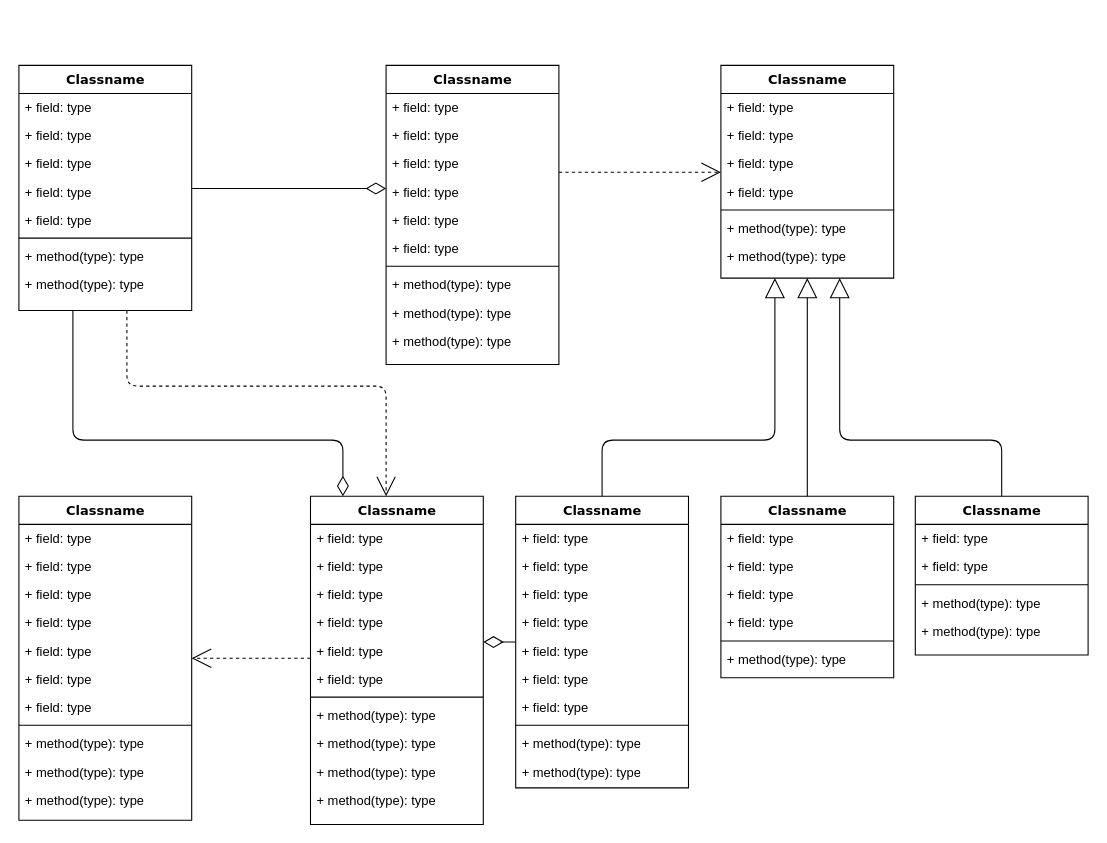
This is Untitled Diagram.drawio from th1enq/Library-Management-System-JAVA, a draw.io file, before an edit. Source tidied: cells renumbered, new cells numbered last; positions are measured from the earlier drawing's top-left corner, leaving out a move shared by most shapes. Both pictures are drawn from the tidied source at 108%, with x=0, y=0 at pixel (18, 65).
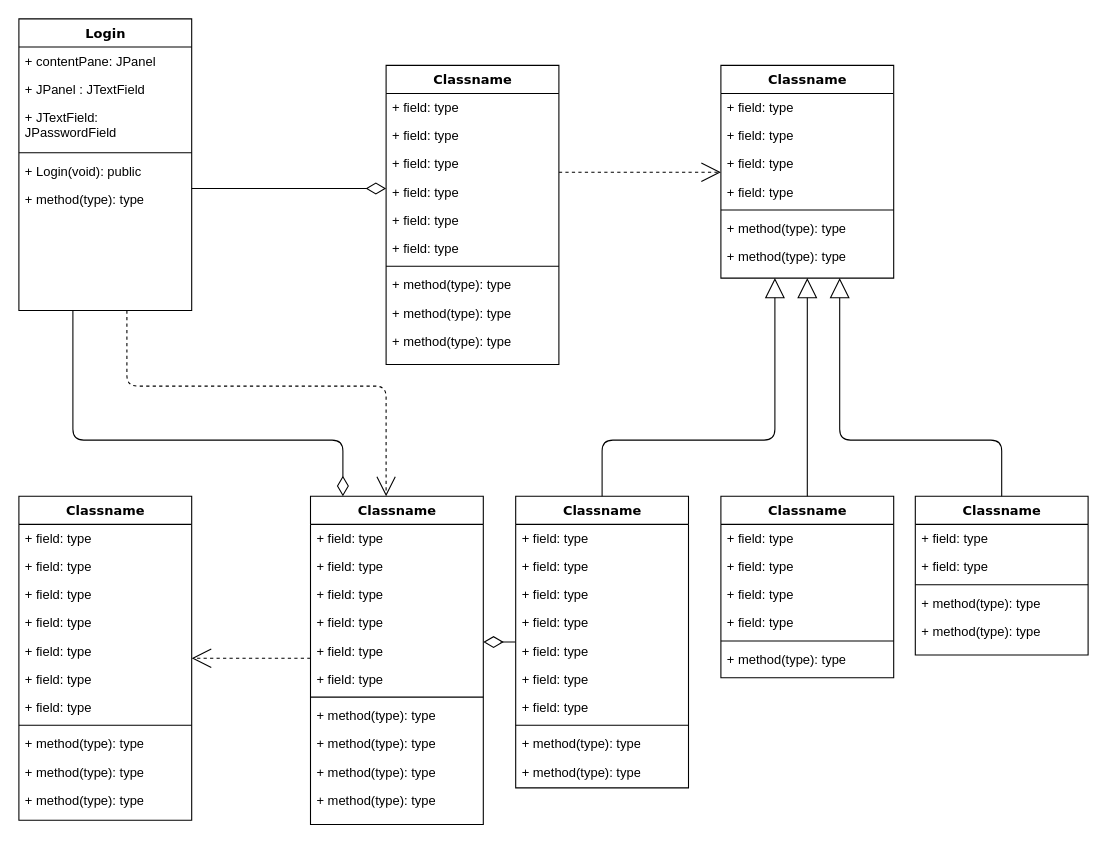
The same diagram, later.

Change to the diagram source:
```diff
@@
-    <mxCell id="4" value="Classname" style="swimlane;html=1;fontStyle=1;align=center;verticalAlign=top;horizontal=1;startSize=26;swimlaneFillColor=#ffffff;rounded=0;shadow=0;comic=0;labelBackgroundColor=none;strokeWidth=1;fillColor=none;fontFamily=Verdana;fontSize=12;" parent="1" vertex="1">
-      <mxGeometry width="160" height="227" as="geometry" />
+    <mxCell id="4" value="Login" style="swimlane;html=1;fontStyle=1;align=center;verticalAlign=top;horizontal=1;startSize=26;swimlaneFillColor=#ffffff;rounded=0;shadow=0;comic=0;labelBackgroundColor=none;strokeWidth=1;fillColor=none;fontFamily=Verdana;fontSize=12;" parent="1" vertex="1">
+      <mxGeometry y="-43" width="160" height="270" as="geometry" />
     </mxCell>
-    <mxCell id="5" value="+ field: type" style="text;html=1;strokeColor=none;fillColor=none;align=left;verticalAlign=top;spacingLeft=4;spacingRight=4;whiteSpace=wrap;overflow=hidden;" parent="4" vertex="1">
+    <mxCell id="5" value="+ contentPane: JPanel " style="text;html=1;strokeColor=none;fillColor=none;align=left;verticalAlign=top;spacingLeft=4;spacingRight=4;whiteSpace=wrap;overflow=hidden;" parent="4" vertex="1">
       <mxGeometry y="26" width="160" height="26" as="geometry" />
     </mxCell>
-    <mxCell id="6" value="+ field: type" style="text;html=1;strokeColor=none;fillColor=none;align=left;verticalAlign=top;spacingLeft=4;spacingRight=4;whiteSpace=wrap;overflow=hidden;" parent="4" vertex="1">
+    <mxCell id="6" value="+ JPanel : JTextField " style="text;html=1;strokeColor=none;fillColor=none;align=left;verticalAlign=top;spacingLeft=4;spacingRight=4;whiteSpace=wrap;overflow=hidden;" parent="4" vertex="1">
       <mxGeometry y="52" width="160" height="26" as="geometry" />
     </mxCell>
-    <mxCell id="7" value="+ field: type" style="text;html=1;strokeColor=none;fillColor=none;align=left;verticalAlign=top;spacingLeft=4;spacingRight=4;whiteSpace=wrap;overflow=hidden;" parent="4" vertex="1">
-      <mxGeometry y="78" width="160" height="26" as="geometry" />
+    <mxCell id="7" value="+ JTextField: JPasswordField " style="text;html=1;strokeColor=none;fillColor=none;align=left;verticalAlign=top;spacingLeft=4;spacingRight=4;whiteSpace=wrap;overflow=hidden;" parent="4" vertex="1">
+      <mxGeometry y="78" width="160" height="42" as="geometry" />
     </mxCell>
-    <mxCell id="8" value="+ field: type" style="text;html=1;strokeColor=none;fillColor=none;align=left;verticalAlign=top;spacingLeft=4;spacingRight=4;whiteSpace=wrap;overflow=hidden;" parent="4" vertex="1">
-      <mxGeometry y="104" width="160" height="26" as="geometry" />
-    </mxCell>
-    <mxCell id="9" value="+ field: type" style="text;html=1;strokeColor=none;fillColor=none;align=left;verticalAlign=top;spacingLeft=4;spacingRight=4;whiteSpace=wrap;overflow=hidden;" parent="4" vertex="1">
-      <mxGeometry y="130" width="160" height="26" as="geometry" />
-    </mxCell>
     <mxCell id="10" style="line;html=1;strokeWidth=1;fillColor=none;align=left;verticalAlign=middle;spacingTop=-1;spacingLeft=3;spacingRight=3;labelPosition=right;" parent="4" vertex="1">
-      <mxGeometry y="156" width="160" height="8" as="geometry" />
+      <mxGeometry y="120" width="160" height="8" as="geometry" />
     </mxCell>
-    <mxCell id="11" value="+ method(type): type" style="text;html=1;strokeColor=none;fillColor=none;align=left;verticalAlign=top;spacingLeft=4;spacingRight=4;whiteSpace=wrap;overflow=hidden;" parent="4" vertex="1">
-      <mxGeometry y="164" width="160" height="26" as="geometry" />
+    <mxCell id="11" value="+ Login(void): public" style="text;html=1;strokeColor=none;fillColor=none;align=left;verticalAlign=top;spacingLeft=4;spacingRight=4;whiteSpace=wrap;overflow=hidden;" parent="4" vertex="1">
+      <mxGeometry y="128" width="160" height="26" as="geometry" />
     </mxCell>
     <mxCell id="12" value="+ method(type): type" style="text;html=1;strokeColor=none;fillColor=none;align=left;verticalAlign=top;spacingLeft=4;spacingRight=4;whiteSpace=wrap;overflow=hidden;" parent="4" vertex="1">
-      <mxGeometry y="190" width="160" height="26" as="geometry" />
+      <mxGeometry y="154" width="160" height="26" as="geometry" />
     </mxCell>
```
